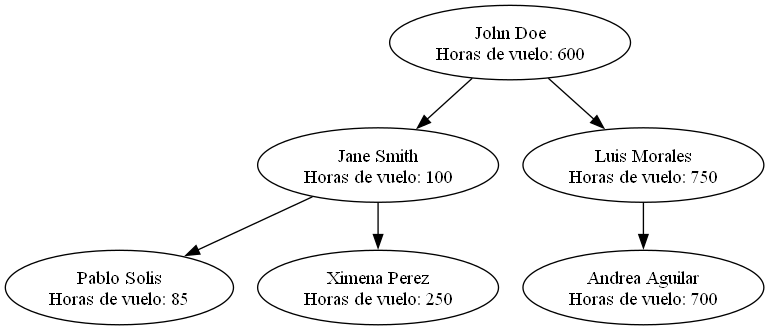
Before: arbolPilotos.png, a diagram exported from Graphviz (sajche12/201904490_EDD_Proyecto). Its source is kept beside it as arbolPilotos.dot.
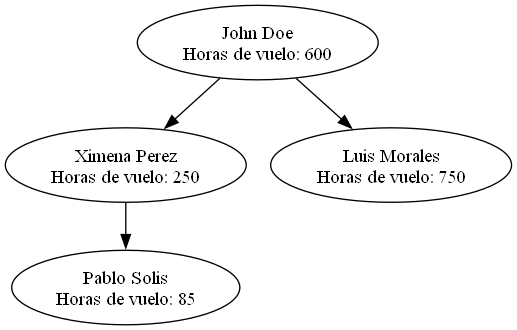
The same file after the commit.

The edit, as a diff of the source:
```diff
@@ -1,13 +1,9 @@
 digraph G {
 "P12345678" [label="John Doe\nHoras de vuelo: 600"];
-"P12345678" -> "P98765432";
-"P98765432" [label="Jane Smith\nHoras de vuelo: 100"];
-"P98765432" -> "P6521495";
-"P6521495" [label="Pablo Solis\nHoras de vuelo: 85"];
-"P98765432" -> "P05485571";
-"P05485571" [label="Ximena Perez\nHoras de vuelo: 250"];
-"P12345678" -> "P47521458";
-"P47521458" [label="Luis Morales\nHoras de vuelo: 750"];
-"P47521458" -> "P32004957";
-"P32004957" [label="Andrea Aguilar\nHoras de vuelo: 700"];
+"P12345678" -> "P10101019";
+"P10101019" [label="Ximena Perez\nHoras de vuelo: 250"];
+"P10101019" -> "P14521378";
+"P14521378" [label="Pablo Solis\nHoras de vuelo: 85"];
+"P12345678" -> "A01010104";
+"A01010104" [label="Luis Morales\nHoras de vuelo: 750"];
 }
```
